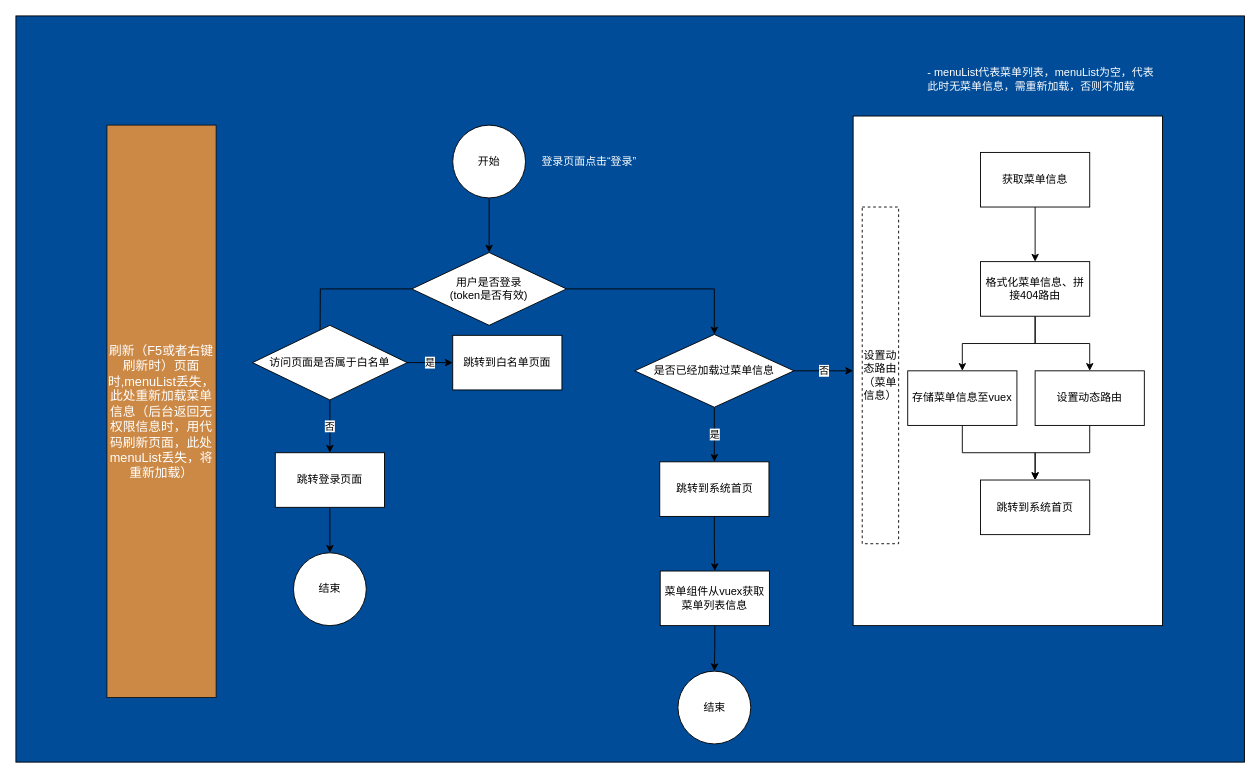
This is docs/菜单权限设计.drawio from jingping-ye/antd-admin-template, a draw.io file, before an edit. Source tidied: cells renumbered, new cells numbered last; positions are measured from the earlier drawing's top-left corner, leaving out a move shared by most shapes. Both pictures are drawn from the tidied source at 91%, with x=0, y=0 at pixel (15, 15).
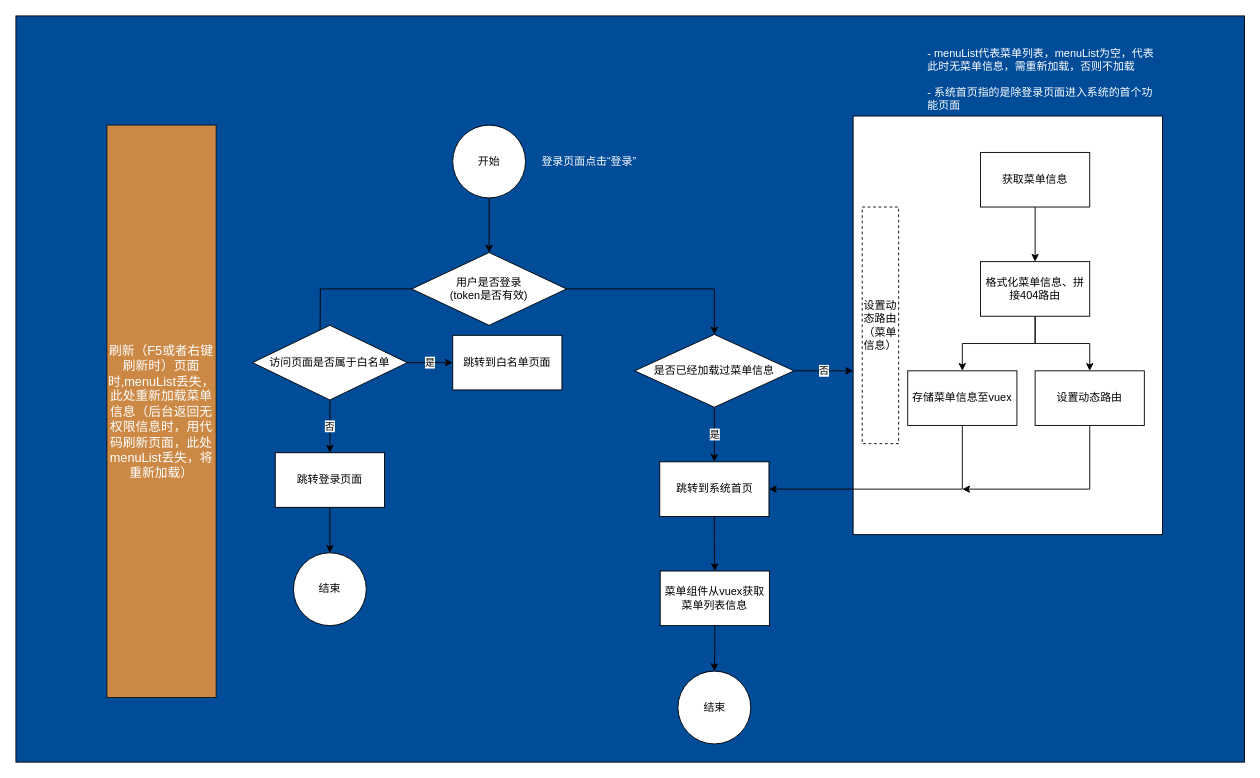
Above is the later version.

Commit message:
docs: 完善权限流程设计

The change refers to these unchanged cells:
```xml
<mxCell id="16" value="是否已经加载过菜单信息" style="rhombus;whiteSpace=wrap;html=1;" parent="1" vertex="1">
  <mxGeometry x="680" y="350" width="175" height="80" as="geometry" />
</mxCell>
<mxCell id="18" value="跳转到系统首页" style="rounded=0;whiteSpace=wrap;html=1;" parent="1" vertex="1">
  <mxGeometry x="707.5" y="490" width="120" height="60" as="geometry" />
</mxCell>
<mxCell id="27" value="存储菜单信息至vuex" style="rounded=0;whiteSpace=wrap;html=1;" parent="1" vertex="1">
  <mxGeometry x="980" y="390" width="120" height="60" as="geometry" />
</mxCell>
<mxCell id="29" value="设置动态路由" style="rounded=0;whiteSpace=wrap;html=1;" parent="1" vertex="1">
  <mxGeometry x="1120" y="390" width="120" height="60" as="geometry" />
</mxCell>
```

The edit, as a diff of the source:
```diff
@@
     <mxCell id="15" value="否" style="edgeStyle=orthogonalEdgeStyle;rounded=0;jettySize=auto;html=1;" parent="1" edge="1" source="16" target="19">
-      <mxGeometry relative="1" as="geometry" />
+      <mxGeometry relative="1" as="geometry">
+        <Array as="points">
+          <mxPoint x="900" y="390" />
+          <mxPoint x="900" y="390" />
+        </Array>
+      </mxGeometry>
     </mxCell>
@@
     <mxCell id="19" style="rounded=0;whiteSpace=wrap;html=1;" parent="1" vertex="1">
-      <mxGeometry x="920" y="110" width="340" height="560" as="geometry" />
+      <mxGeometry x="920" y="110" width="340" height="460" as="geometry" />
     </mxCell>
@@
-    <mxCell id="26" style="edgeStyle=orthogonalEdgeStyle;rounded=0;jettySize=auto;html=1;entryX=0.5;entryY=0;entryDx=0;entryDy=0;" parent="1" edge="1" source="27" target="30">
-      <mxGeometry relative="1" as="geometry" />
-    </mxCell>
+    <mxCell id="38" style="edgeStyle=orthogonalEdgeStyle;rounded=0;jettySize=auto;html=1;entryX=1;entryY=0.5;entryDx=0;entryDy=0;" parent="1" edge="1" source="27" target="18">
+      <mxGeometry relative="1" as="geometry">
+        <Array as="points">
+          <mxPoint x="1040" y="520" />
+        </Array>
+      </mxGeometry>
+    </mxCell>
@@
-    <mxCell id="28" style="edgeStyle=orthogonalEdgeStyle;rounded=0;jettySize=auto;html=1;" parent="1" edge="1" source="29" target="30">
-      <mxGeometry relative="1" as="geometry" />
-    </mxCell>
+    <mxCell id="39" style="edgeStyle=orthogonalEdgeStyle;rounded=0;jettySize=auto;html=1;" parent="1" edge="1" source="29">
+      <mxGeometry relative="1" as="geometry">
+        <mxPoint x="1040" y="520" as="targetPoint" />
+        <Array as="points">
+          <mxPoint x="1180" y="520" />
+        </Array>
+      </mxGeometry>
+    </mxCell>
@@
-    <mxCell id="30" value="跳转到系统首页" style="rounded=0;whiteSpace=wrap;html=1;" parent="1" vertex="1">
-      <mxGeometry x="1060" y="510" width="120" height="60" as="geometry" />
-    </mxCell>
     <mxCell id="31" value="设置动态路由（菜单信息）" style="text;html=1;align=center;verticalAlign=middle;whiteSpace=wrap;rounded=0;rotation=0;perimeterSpacing=0;strokeColor=#000000;dashed=1;" parent="1" vertex="1">
-      <mxGeometry x="930" y="210" width="40" height="370" as="geometry" />
+      <mxGeometry x="930" y="210" width="40" height="260" as="geometry" />
     </mxCell>
@@
-    <mxCell id="37" value="- menuList代表菜单列表，menuList为空，代表此时无菜单信息，需重新加载，否则不加载" style="text;html=1;strokeColor=none;fillColor=none;align=left;verticalAlign=middle;whiteSpace=wrap;rounded=0;fontColor=#FFFFFF;labelBackgroundColor=none;" parent="1" vertex="1">
+    <mxCell id="37" value="- menuList代表菜单列表，menuList为空，代表此时无菜单信息，需重新加载，否则不加载&lt;br&gt;&lt;br&gt;- 系统首页指的是除登录页面进入系统的首个功能页面" style="text;html=1;strokeColor=none;fillColor=none;align=left;verticalAlign=middle;whiteSpace=wrap;rounded=0;fontColor=#FFFFFF;labelBackgroundColor=none;" parent="1" vertex="1">
       <mxGeometry x="1000" y="60" width="260" height="20" as="geometry" />
     </mxCell>
```
